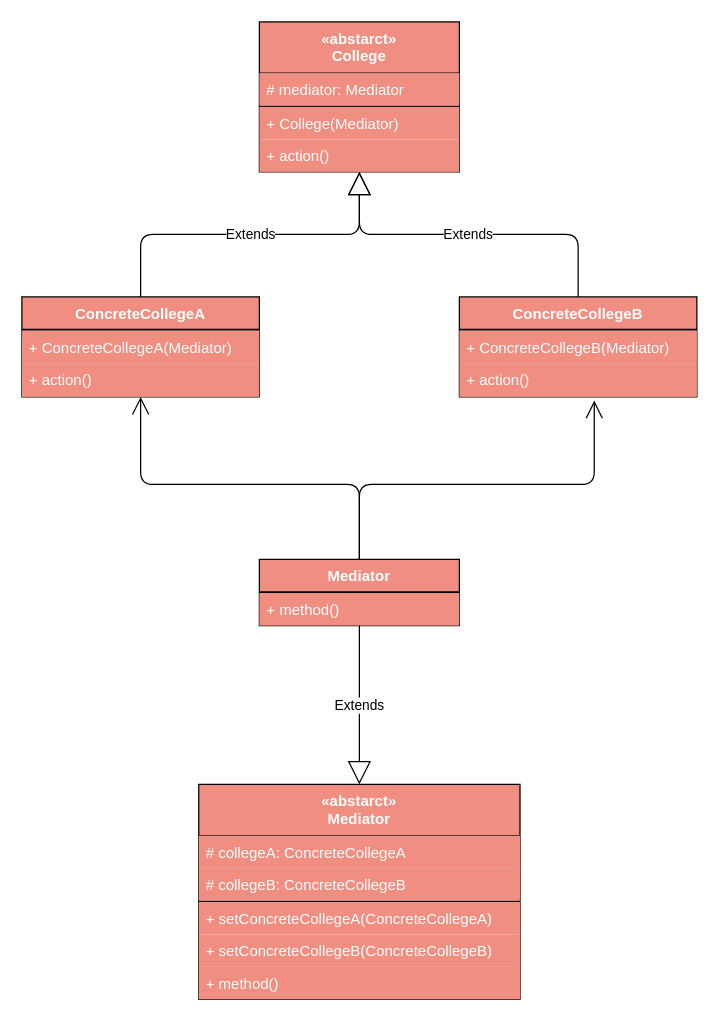
CodePoem/VDesignPatterns keeps this draw.io diagram as docs/drawio/Mediator.drawio. Above is the earlier version. Source tidied: cells renumbered, new cells numbered last; positions are measured from the earlier drawing's top-left corner, leaving out a move shared by most shapes. Both pictures are drawn from the tidied source at 125%, with x=0, y=0 at pixel (21, 21).
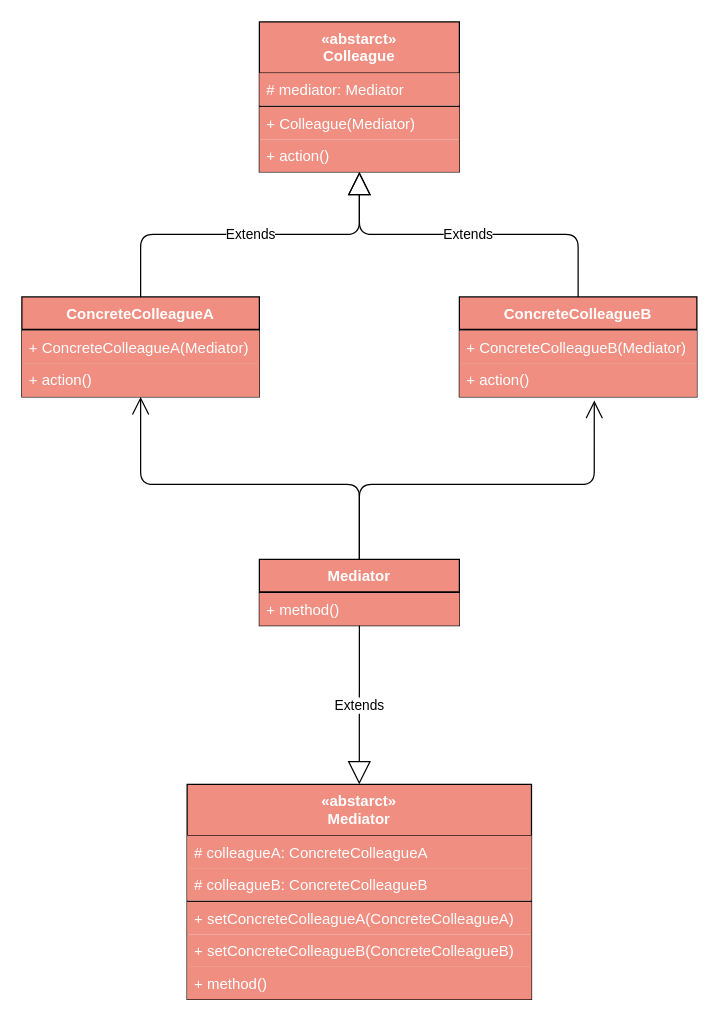
The same diagram, later.

What changed in the source:
```diff
@@
-    <mxCell id="5" value="«abstarct»&#10;College" style="swimlane;fontStyle=1;align=center;verticalAlign=top;horizontal=1;startSize=41;fillColor=#F08E81;fontColor=#FFFFFF;" parent="1" vertex="1">
+    <mxCell id="5" value="«abstarct»&#10;Colleague" style="swimlane;fontStyle=1;align=center;verticalAlign=top;horizontal=1;startSize=41;fillColor=#F08E81;fontColor=#FFFFFF;" parent="1" vertex="1">
       <mxGeometry x="190" width="160" height="120" as="geometry" />
     </mxCell>
@@
-    <mxCell id="8" value="+ College(Mediator)" style="text;strokeColor=none;fillColor=#F08E81;align=left;verticalAlign=top;spacingLeft=4;spacingRight=4;overflow=hidden;fontColor=#FFFFFF;" parent="5" vertex="1">
+    <mxCell id="8" value="+ Colleague(Mediator)" style="text;strokeColor=none;fillColor=#F08E81;align=left;verticalAlign=top;spacingLeft=4;spacingRight=4;overflow=hidden;fontColor=#FFFFFF;" parent="5" vertex="1">
       <mxGeometry y="68" width="160" height="26" as="geometry" />
     </mxCell>
@@
-    <mxCell id="10" value="ConcreteCollegeA" style="swimlane;fontStyle=1;align=center;verticalAlign=top;horizontal=1;startSize=26;fillColor=#F08E81;fontColor=#FFFFFF;" parent="1" vertex="1">
+    <mxCell id="10" value="ConcreteColleagueA" style="swimlane;fontStyle=1;align=center;verticalAlign=top;horizontal=1;startSize=26;fillColor=#F08E81;fontColor=#FFFFFF;" parent="1" vertex="1">
       <mxGeometry y="220" width="190" height="80" as="geometry" />
     </mxCell>
@@
-    <mxCell id="12" value="+ ConcreteCollegeA(Mediator)" style="text;strokeColor=none;fillColor=#F08E81;align=left;verticalAlign=top;spacingLeft=4;spacingRight=4;overflow=hidden;fontColor=#FFFFFF;" parent="10" vertex="1">
+    <mxCell id="12" value="+ ConcreteColleagueA(Mediator)" style="text;strokeColor=none;fillColor=#F08E81;align=left;verticalAlign=top;spacingLeft=4;spacingRight=4;overflow=hidden;fontColor=#FFFFFF;" parent="10" vertex="1">
       <mxGeometry y="27" width="190" height="26" as="geometry" />
     </mxCell>
@@
     <mxCell id="14" value="«abstarct»&#10;Mediator" style="swimlane;fontStyle=1;align=center;verticalAlign=top;horizontal=1;startSize=41;fillColor=#F08E81;fontColor=#FFFFFF;" parent="1" vertex="1">
-      <mxGeometry x="141.5" y="610" width="257" height="172" as="geometry" />
+      <mxGeometry x="132.2" y="610" width="275.5" height="172" as="geometry" />
     </mxCell>
-    <mxCell id="15" value="# collegeA: ConcreteCollegeA" style="text;strokeColor=none;fillColor=#F08E81;align=left;verticalAlign=top;spacingLeft=4;spacingRight=4;overflow=hidden;fontColor=#FFFFFF;" parent="14" vertex="1">
-      <mxGeometry y="41" width="257" height="26" as="geometry" />
+    <mxCell id="15" value="# colleagueA: ConcreteColleagueA" style="text;strokeColor=none;fillColor=#F08E81;align=left;verticalAlign=top;spacingLeft=4;spacingRight=4;overflow=hidden;fontColor=#FFFFFF;" parent="14" vertex="1">
+      <mxGeometry y="41" width="275.5" height="26" as="geometry" />
     </mxCell>
-    <mxCell id="16" value="# collegeB: ConcreteCollegeB" style="text;strokeColor=none;fillColor=#F08E81;align=left;verticalAlign=top;spacingLeft=4;spacingRight=4;overflow=hidden;fontColor=#FFFFFF;" parent="14" vertex="1">
-      <mxGeometry y="67" width="257" height="26" as="geometry" />
+    <mxCell id="16" value="# colleagueB: ConcreteColleagueB" style="text;strokeColor=none;fillColor=#F08E81;align=left;verticalAlign=top;spacingLeft=4;spacingRight=4;overflow=hidden;fontColor=#FFFFFF;" parent="14" vertex="1">
+      <mxGeometry y="67" width="275.5" height="26" as="geometry" />
     </mxCell>
     <mxCell id="17" style="line;strokeWidth=1;fillColor=#F08E81;align=left;verticalAlign=middle;spacingTop=-1;spacingLeft=3;spacingRight=3;labelPosition=right;fontColor=#FFFFFF;" parent="14" vertex="1">
-      <mxGeometry y="93" width="257" height="1" as="geometry" />
+      <mxGeometry y="93" width="275.5" height="1" as="geometry" />
     </mxCell>
-    <mxCell id="18" value="+ setConcreteCollegeA(ConcreteCollegeA)" style="text;strokeColor=none;fillColor=#F08E81;align=left;verticalAlign=top;spacingLeft=4;spacingRight=4;overflow=hidden;fontColor=#FFFFFF;" parent="14" vertex="1">
-      <mxGeometry y="94" width="257" height="26" as="geometry" />
+    <mxCell id="18" value="+ setConcreteColleagueA(ConcreteColleagueA)" style="text;strokeColor=none;fillColor=#F08E81;align=left;verticalAlign=top;spacingLeft=4;spacingRight=4;overflow=hidden;fontColor=#FFFFFF;" parent="14" vertex="1">
+      <mxGeometry y="94" width="275.5" height="26" as="geometry" />
     </mxCell>
-    <mxCell id="19" value="+ setConcreteCollegeB(ConcreteCollegeB)" style="text;strokeColor=none;fillColor=#F08E81;align=left;verticalAlign=top;spacingLeft=4;spacingRight=4;overflow=hidden;fontColor=#FFFFFF;" parent="14" vertex="1">
-      <mxGeometry y="120" width="257" height="26" as="geometry" />
+    <mxCell id="19" value="+ setConcreteColleagueB(ConcreteColleagueB)" style="text;strokeColor=none;fillColor=#F08E81;align=left;verticalAlign=top;spacingLeft=4;spacingRight=4;overflow=hidden;fontColor=#FFFFFF;" parent="14" vertex="1">
+      <mxGeometry y="120" width="275.5" height="26" as="geometry" />
     </mxCell>
     <mxCell id="20" value="+ method()" style="text;strokeColor=none;fillColor=#F08E81;align=left;verticalAlign=top;spacingLeft=4;spacingRight=4;overflow=hidden;fontColor=#FFFFFF;" parent="14" vertex="1">
-      <mxGeometry y="146" width="257" height="26" as="geometry" />
+      <mxGeometry y="146" width="275.5" height="26" as="geometry" />
     </mxCell>
-    <mxCell id="21" value="ConcreteCollegeB" style="swimlane;fontStyle=1;align=center;verticalAlign=top;horizontal=1;startSize=26;fillColor=#F08E81;fontColor=#FFFFFF;" parent="1" vertex="1">
+    <mxCell id="21" value="ConcreteColleagueB" style="swimlane;fontStyle=1;align=center;verticalAlign=top;horizontal=1;startSize=26;fillColor=#F08E81;fontColor=#FFFFFF;" parent="1" vertex="1">
       <mxGeometry x="350" y="220" width="190" height="80" as="geometry" />
     </mxCell>
@@
-    <mxCell id="23" value="+ ConcreteCollegeB(Mediator)" style="text;strokeColor=none;fillColor=#F08E81;align=left;verticalAlign=top;spacingLeft=4;spacingRight=4;overflow=hidden;fontColor=#FFFFFF;" parent="21" vertex="1">
+    <mxCell id="23" value="+ ConcreteColleagueB(Mediator)" style="text;strokeColor=none;fillColor=#F08E81;align=left;verticalAlign=top;spacingLeft=4;spacingRight=4;overflow=hidden;fontColor=#FFFFFF;" parent="21" vertex="1">
       <mxGeometry y="27" width="190" height="26" as="geometry" />
     </mxCell>
```
